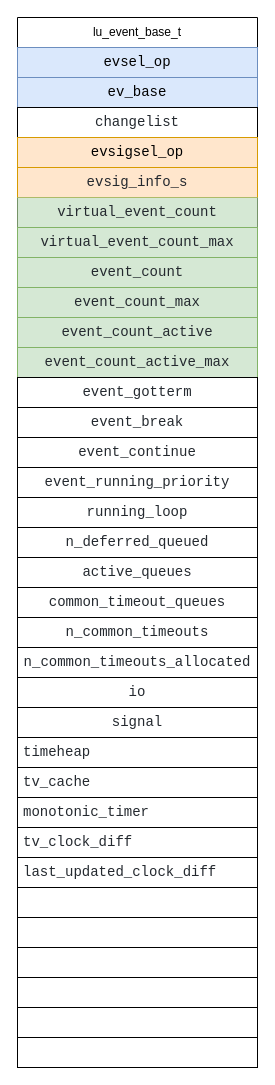
Earlier version of the draw.io diagram draw_image/lu_event_base_t.drawio (hesphoros/luevent). Source tidied: cells renumbered, new cells numbered last; positions are measured from the earlier drawing's top-left corner, leaving out a move shared by most shapes. Both pictures are drawn from the tidied source at 100%, with x=0, y=0 at pixel (17, 17).
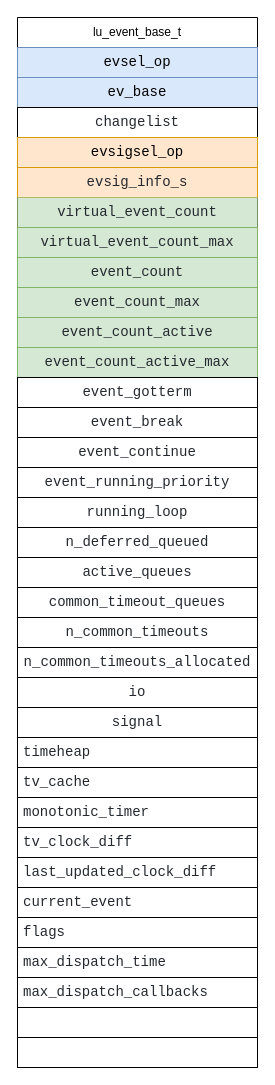
The same diagram, later.

Unchanged cells that the change refers to:
```xml
<mxCell id="2" value="lu_event_base_t" style="swimlane;fontStyle=0;horizontal=1;startSize=30;whiteSpace=wrap;html=1;align=center;" parent="1" vertex="1">
  <mxGeometry width="240" height="1050" as="geometry" />
</mxCell>
```

Change to the diagram source:
```diff
@@
-    <mxCell id="31" value="&lt;div style=&quot;color: rgb(36, 41, 47); font-family: &amp;quot;JetBrains Mono&amp;quot;, Consolas, &amp;quot;Courier New&amp;quot;, monospace; font-size: 14px; line-height: 19px;&quot;&gt;&lt;div style=&quot;line-height: 19px;&quot;&gt;&lt;br&gt;&lt;/div&gt;&lt;/div&gt;" style="text;align=left;verticalAlign=middle;spacingLeft=4;spacingRight=4;overflow=hidden;whiteSpace=wrap;html=1;labelBackgroundColor=none;strokeColor=default;" parent="2" vertex="1">
+    <mxCell id="31" value="&lt;div style=&quot;color: rgb(36, 41, 47); font-family: &amp;quot;JetBrains Mono&amp;quot;, Consolas, &amp;quot;Courier New&amp;quot;, monospace; font-size: 14px; line-height: 19px;&quot;&gt;&lt;div style=&quot;line-height: 19px;&quot;&gt;&lt;div style=&quot;background-color: rgb(255, 255, 255); line-height: 19px;&quot;&gt;current_event&lt;/div&gt;&lt;/div&gt;&lt;/div&gt;" style="text;align=left;verticalAlign=middle;spacingLeft=4;spacingRight=4;overflow=hidden;whiteSpace=wrap;html=1;labelBackgroundColor=none;strokeColor=default;" parent="2" vertex="1">
       <mxGeometry y="870" width="240" height="30" as="geometry" />
     </mxCell>
-    <mxCell id="32" value="&lt;div style=&quot;color: rgb(36, 41, 47); font-family: &amp;quot;JetBrains Mono&amp;quot;, Consolas, &amp;quot;Courier New&amp;quot;, monospace; font-size: 14px; line-height: 19px;&quot;&gt;&lt;div style=&quot;line-height: 19px;&quot;&gt;&lt;br&gt;&lt;/div&gt;&lt;/div&gt;" style="text;align=left;verticalAlign=middle;spacingLeft=4;spacingRight=4;overflow=hidden;whiteSpace=wrap;html=1;labelBackgroundColor=none;strokeColor=default;" parent="2" vertex="1">
+    <mxCell id="32" value="&lt;div style=&quot;color: rgb(36, 41, 47); font-family: &amp;quot;JetBrains Mono&amp;quot;, Consolas, &amp;quot;Courier New&amp;quot;, monospace; font-size: 14px; line-height: 19px;&quot;&gt;&lt;div style=&quot;line-height: 19px;&quot;&gt;&lt;div style=&quot;background-color: rgb(255, 255, 255); line-height: 19px;&quot;&gt;flags&lt;/div&gt;&lt;/div&gt;&lt;/div&gt;" style="text;align=left;verticalAlign=middle;spacingLeft=4;spacingRight=4;overflow=hidden;whiteSpace=wrap;html=1;labelBackgroundColor=none;strokeColor=default;" parent="2" vertex="1">
       <mxGeometry y="900" width="240" height="30" as="geometry" />
     </mxCell>
-    <mxCell id="33" value="&lt;div style=&quot;color: rgb(36, 41, 47); font-family: &amp;quot;JetBrains Mono&amp;quot;, Consolas, &amp;quot;Courier New&amp;quot;, monospace; font-size: 14px; line-height: 19px;&quot;&gt;&lt;div style=&quot;line-height: 19px;&quot;&gt;&lt;br&gt;&lt;/div&gt;&lt;/div&gt;" style="text;align=left;verticalAlign=middle;spacingLeft=4;spacingRight=4;overflow=hidden;whiteSpace=wrap;html=1;labelBackgroundColor=none;strokeColor=default;" parent="2" vertex="1">
+    <mxCell id="33" value="&lt;div style=&quot;color: rgb(36, 41, 47); font-family: &amp;quot;JetBrains Mono&amp;quot;, Consolas, &amp;quot;Courier New&amp;quot;, monospace; font-size: 14px; line-height: 19px;&quot;&gt;&lt;div style=&quot;line-height: 19px;&quot;&gt;&lt;div style=&quot;background-color: rgb(255, 255, 255); line-height: 19px;&quot;&gt;max_dispatch_time&lt;/div&gt;&lt;/div&gt;&lt;/div&gt;" style="text;align=left;verticalAlign=middle;spacingLeft=4;spacingRight=4;overflow=hidden;whiteSpace=wrap;html=1;labelBackgroundColor=none;strokeColor=default;" parent="2" vertex="1">
       <mxGeometry y="930" width="240" height="30" as="geometry" />
     </mxCell>
-    <mxCell id="34" value="&lt;div style=&quot;color: rgb(36, 41, 47); font-family: &amp;quot;JetBrains Mono&amp;quot;, Consolas, &amp;quot;Courier New&amp;quot;, monospace; font-size: 14px; line-height: 19px;&quot;&gt;&lt;div style=&quot;line-height: 19px;&quot;&gt;&lt;br&gt;&lt;/div&gt;&lt;/div&gt;" style="text;align=left;verticalAlign=middle;spacingLeft=4;spacingRight=4;overflow=hidden;whiteSpace=wrap;html=1;labelBackgroundColor=none;strokeColor=default;" parent="2" vertex="1">
+    <mxCell id="34" value="&lt;div style=&quot;color: rgb(36, 41, 47); font-family: &amp;quot;JetBrains Mono&amp;quot;, Consolas, &amp;quot;Courier New&amp;quot;, monospace; font-size: 14px; line-height: 19px;&quot;&gt;&lt;div style=&quot;line-height: 19px;&quot;&gt;&lt;div style=&quot;background-color: rgb(255, 255, 255); line-height: 19px;&quot;&gt;max_dispatch_callbacks&lt;/div&gt;&lt;/div&gt;&lt;/div&gt;" style="text;align=left;verticalAlign=middle;spacingLeft=4;spacingRight=4;overflow=hidden;whiteSpace=wrap;html=1;labelBackgroundColor=none;strokeColor=default;" parent="2" vertex="1">
       <mxGeometry y="960" width="240" height="30" as="geometry" />
     </mxCell>
```
